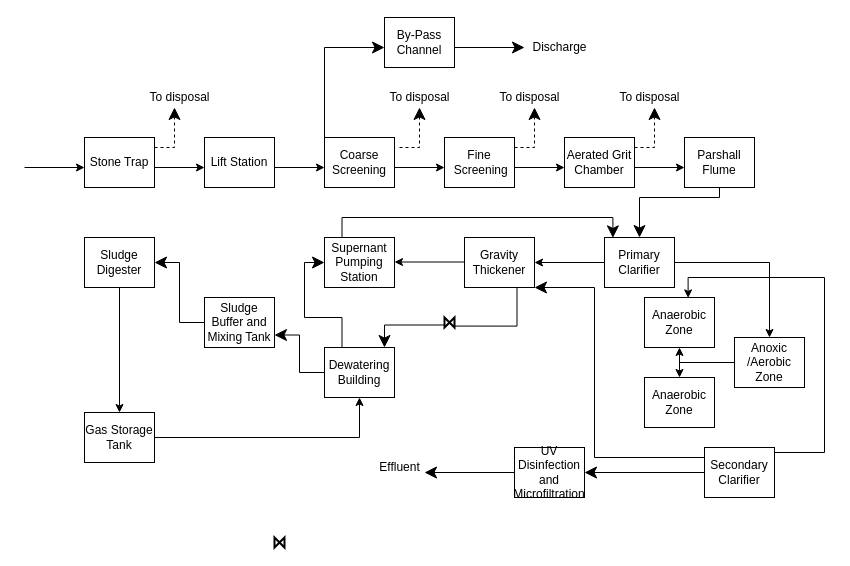
aycatoksoy/MB-Flowchart keeps this draw.io diagram as Untitled Diagram.drawio. Above is the earlier version. Source tidied: cells renumbered, new cells numbered last; positions are measured from the earlier drawing's top-left corner, leaving out a move shared by most shapes. Both pictures are drawn from the tidied source at 100%, with x=0, y=0 at pixel (24, 17).
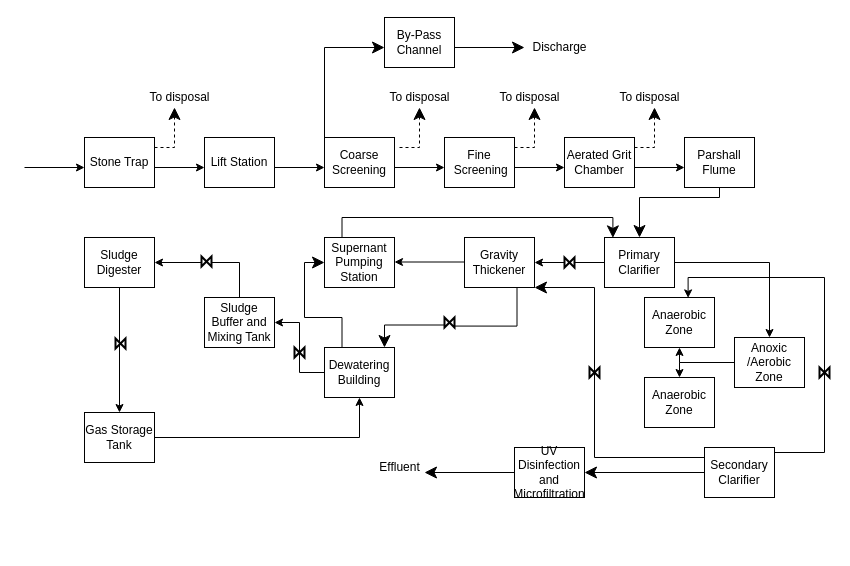
The same diagram, later.

The change refers to these unchanged cells:
```xml
<mxCell id="37" value="Dewatering Building" style="rounded=0;whiteSpace=wrap;html=1;sketch=0;" parent="1" vertex="1">
  <mxGeometry x="300" y="330" width="70" height="50" as="geometry" />
</mxCell>
<mxCell id="39" value="Sludge Buffer and Mixing Tank" style="rounded=0;whiteSpace=wrap;html=1;sketch=0;" parent="1" vertex="1">
  <mxGeometry x="180" y="280" width="70" height="50" as="geometry" />
</mxCell>
<mxCell id="41" value="Sludge Digester" style="rounded=0;whiteSpace=wrap;html=1;sketch=0;" parent="1" vertex="1">
  <mxGeometry x="60" y="220" width="70" height="50" as="geometry" />
</mxCell>
```

What changed in the source:
```diff
@@
-    <mxCell id="36" style="edgeStyle=orthogonalEdgeStyle;rounded=0;sketch=0;jumpStyle=sharp;jumpSize=16;jettySize=auto;html=1;exitX=0;exitY=0.5;exitDx=0;exitDy=0;entryX=1;entryY=0.75;entryDx=0;entryDy=0;endSize=10;targetPerimeterSpacing=4;strokeWidth=1;" parent="1" edge="1" source="37" target="39">
+    <mxCell id="36" style="edgeStyle=orthogonalEdgeStyle;rounded=0;jettySize=auto;html=1;entryX=1;entryY=0.5;entryDx=0;entryDy=0;" parent="1" edge="1" source="37" target="39">
       <mxGeometry relative="1" as="geometry" />
     </mxCell>
@@
-    <mxCell id="38" style="edgeStyle=orthogonalEdgeStyle;rounded=0;sketch=0;jumpStyle=sharp;jumpSize=16;jettySize=auto;html=1;entryX=1;entryY=0.5;entryDx=0;entryDy=0;endSize=10;targetPerimeterSpacing=4;strokeWidth=1;" parent="1" edge="1" source="39" target="41">
+    <mxCell id="38" style="edgeStyle=orthogonalEdgeStyle;rounded=0;jettySize=auto;html=1;exitX=0.5;exitY=0;exitDx=0;exitDy=0;entryX=1;entryY=0.5;entryDx=0;entryDy=0;" parent="1" edge="1" source="39" target="41">
       <mxGeometry relative="1" as="geometry" />
     </mxCell>
@@
     <mxCell id="56" style="html=1;shape=mxgraph.sysml.timeEvent;strokeWidth=2;verticalLabelPosition=bottom;verticalAlignment=top;direction=south;" parent="1" vertex="1">
-      <mxGeometry x="250" y="520" width="10" height="10" as="geometry" />
+      <mxGeometry x="565" y="350" width="10" height="10" as="geometry" />
     </mxCell>
@@
+    <mxCell id="59" style="html=1;shape=mxgraph.sysml.timeEvent;strokeWidth=2;verticalLabelPosition=bottom;verticalAlignment=top;direction=south;" parent="1" vertex="1">
+      <mxGeometry x="540" y="240" width="10" height="10" as="geometry" />
+    </mxCell>
+    <mxCell id="60" style="html=1;shape=mxgraph.sysml.timeEvent;strokeWidth=2;verticalLabelPosition=bottom;verticalAlignment=top;direction=south;" parent="1" vertex="1">
+      <mxGeometry x="795" y="350" width="10" height="10" as="geometry" />
+    </mxCell>
+    <mxCell id="61" style="html=1;shape=mxgraph.sysml.timeEvent;strokeWidth=2;verticalLabelPosition=bottom;verticalAlignment=top;direction=south;" parent="1" vertex="1">
+      <mxGeometry x="270" y="330" width="10" height="10" as="geometry" />
+    </mxCell>
+    <mxCell id="62" style="html=1;shape=mxgraph.sysml.timeEvent;strokeWidth=2;verticalLabelPosition=bottom;verticalAlignment=top;direction=south;" parent="1" vertex="1">
+      <mxGeometry x="177" y="239" width="10" height="10" as="geometry" />
+    </mxCell>
+    <mxCell id="63" style="html=1;shape=mxgraph.sysml.timeEvent;strokeWidth=2;verticalLabelPosition=bottom;verticalAlignment=top;direction=south;" parent="1" vertex="1">
+      <mxGeometry x="91" y="321" width="10" height="10" as="geometry" />
+    </mxCell>
```
